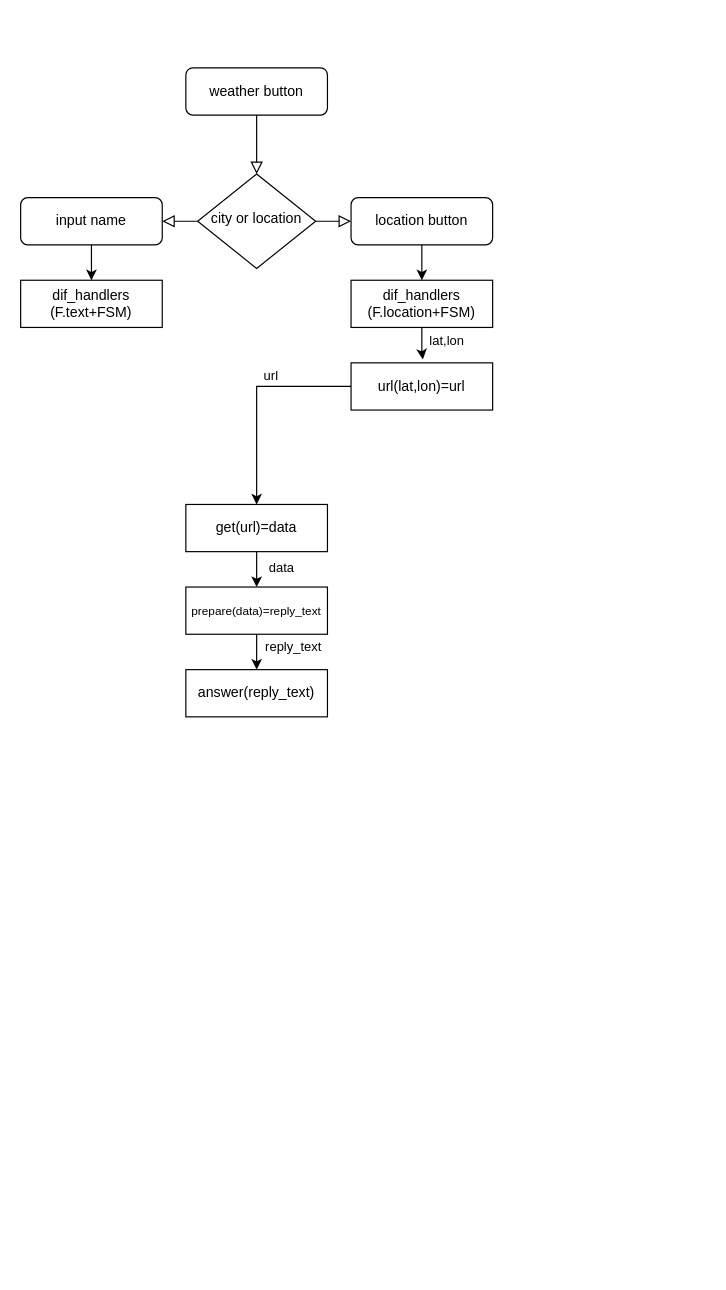
Before: test_taska/bot/utils/Untitled Diagram.drawio in DanyaSh/test_taska, a draw.io diagram. Source tidied: cells renumbered, new cells numbered last; positions are measured from the earlier drawing's top-left corner, leaving out a move shared by most shapes. Both pictures are drawn from the tidied source at 118%, with x=0, y=0 at pixel (20, 67).
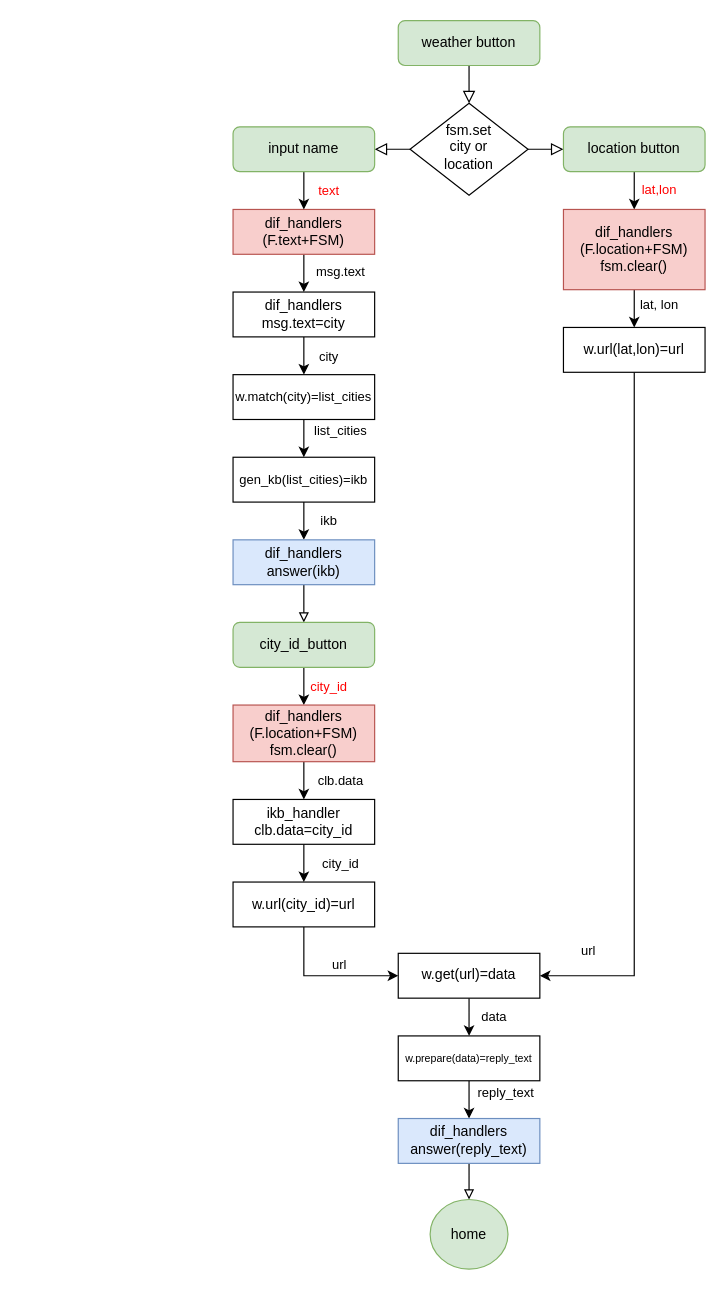
Above is the later version.

The change refers to these unchanged cells:
```xml
<mxCell id="7" style="edgeStyle=orthogonalEdgeStyle;rounded=0;jettySize=auto;html=1;entryX=0.5;entryY=0;entryDx=0;entryDy=0;" parent="1" edge="1" source="8" target="12">
  <mxGeometry relative="1" as="geometry" />
</mxCell>
<mxCell id="10" style="edgeStyle=orthogonalEdgeStyle;rounded=0;jettySize=auto;html=1;" parent="1" edge="1" source="11" target="9">
  <mxGeometry relative="1" as="geometry" />
</mxCell>
```

What changed in the source:
```diff
@@
-    <mxCell id="3" value="weather button" style="rounded=1;whiteSpace=wrap;html=1;fontSize=12;glass=0;strokeWidth=1;shadow=0;" parent="1" vertex="1">
-      <mxGeometry x="140" width="120" height="40" as="geometry" />
+    <mxCell id="3" value="weather button" style="rounded=1;whiteSpace=wrap;html=1;fontSize=12;glass=0;strokeWidth=1;shadow=0;fillColor=#d5e8d4;strokeColor=#82b366;" parent="1" vertex="1">
+      <mxGeometry x="320" y="-40" width="120" height="38" as="geometry" />
     </mxCell>
@@
-    <mxCell id="6" value="city or location" style="rhombus;whiteSpace=wrap;html=1;shadow=0;fontFamily=Helvetica;fontSize=12;align=center;strokeWidth=1;spacing=6;spacingTop=-4;" parent="1" vertex="1">
-      <mxGeometry x="150" y="90" width="100" height="80" as="geometry" />
+    <mxCell id="6" value="fsm.set &lt;br&gt;city or &lt;br&gt;location" style="rhombus;whiteSpace=wrap;html=1;shadow=0;fontFamily=Helvetica;fontSize=12;align=center;strokeWidth=1;spacing=6;spacingTop=-4;" parent="1" vertex="1">
+      <mxGeometry x="330" y="30" width="100" height="78" as="geometry" />
     </mxCell>
@@
+    <mxCell id="17" value="lat,lon" style="edgeLabel;html=1;align=center;verticalAlign=middle;fontColor=#FF0000;" parent="7" vertex="1">
+      <mxGeometry x="0.25" relative="1" as="geometry">
+        <mxPoint x="20" as="offset" />
+      </mxGeometry>
+    </mxCell>
-    <mxCell id="8" value="location button" style="rounded=1;whiteSpace=wrap;html=1;fontSize=12;glass=0;strokeWidth=1;shadow=0;" parent="1" vertex="1">
-      <mxGeometry x="280" y="110" width="120" height="40" as="geometry" />
+    <mxCell id="8" value="location button" style="rounded=1;whiteSpace=wrap;html=1;fontSize=12;glass=0;strokeWidth=1;shadow=0;fillColor=#d5e8d4;strokeColor=#82b366;" parent="1" vertex="1">
+      <mxGeometry x="460" y="50" width="120" height="38" as="geometry" />
     </mxCell>
+    <mxCell id="25" style="edgeStyle=orthogonalEdgeStyle;rounded=0;jettySize=auto;html=1;" parent="1" edge="1" source="9" target="32">
+      <mxGeometry relative="1" as="geometry" />
+    </mxCell>
+    <mxCell id="26" value="msg.text" style="edgeLabel;html=1;align=center;verticalAlign=middle;" parent="25" vertex="1">
+      <mxGeometry x="0.25" relative="1" as="geometry">
+        <mxPoint x="30" as="offset" />
+      </mxGeometry>
+    </mxCell>
-    <mxCell id="9" value="dif_handlers&lt;br&gt;(F.text+FSM)" style="rounded=0;whiteSpace=wrap;html=1;fontSize=12;glass=0;strokeWidth=1;shadow=0;" parent="1" vertex="1">
-      <mxGeometry y="180" width="120" height="40" as="geometry" />
+    <mxCell id="9" value="dif_handlers&lt;br&gt;(F.text+FSM)" style="rounded=0;whiteSpace=wrap;html=1;fontSize=12;glass=0;strokeWidth=1;shadow=0;fillColor=#f8cecc;strokeColor=#b85450;" parent="1" vertex="1">
+      <mxGeometry x="180" y="120" width="120" height="38" as="geometry" />
     </mxCell>
@@
+    <mxCell id="27" value="text" style="edgeLabel;html=1;align=center;verticalAlign=middle;fontColor=#FF0000;" parent="10" vertex="1">
+      <mxGeometry x="0.31" y="1" relative="1" as="geometry">
+        <mxPoint x="19" as="offset" />
+      </mxGeometry>
+    </mxCell>
-    <mxCell id="11" value="input name" style="rounded=1;whiteSpace=wrap;html=1;fontSize=12;glass=0;strokeWidth=1;shadow=0;" parent="1" vertex="1">
-      <mxGeometry y="110" width="120" height="40" as="geometry" />
+    <mxCell id="11" value="input name" style="rounded=1;whiteSpace=wrap;html=1;fontSize=12;glass=0;strokeWidth=1;shadow=0;fillColor=#d5e8d4;strokeColor=#82b366;" parent="1" vertex="1">
+      <mxGeometry x="180" y="50" width="120" height="38" as="geometry" />
     </mxCell>
+    <mxCell id="16" style="edgeStyle=orthogonalEdgeStyle;rounded=0;jettySize=auto;html=1;exitX=0.5;exitY=1;exitDx=0;exitDy=0;entryX=0.5;entryY=0;entryDx=0;entryDy=0;" parent="1" edge="1" source="12" target="15">
+      <mxGeometry relative="1" as="geometry" />
+    </mxCell>
+    <mxCell id="28" value="lat, lon" style="edgeLabel;html=1;align=center;verticalAlign=middle;" parent="16" vertex="1">
+      <mxGeometry relative="1" as="geometry">
+        <mxPoint x="20" y="-4" as="offset" />
+      </mxGeometry>
+    </mxCell>
-    <mxCell id="12" value="dif_handlers&lt;br&gt;(F.location+FSM)" style="rounded=0;whiteSpace=wrap;html=1;fontSize=12;glass=0;strokeWidth=1;shadow=0;" parent="1" vertex="1">
-      <mxGeometry x="280" y="180" width="120" height="40" as="geometry" />
+    <mxCell id="12" value="dif_handlers&lt;br&gt;(F.location+FSM)&lt;br&gt;fsm.clear()" style="rounded=0;whiteSpace=wrap;html=1;fontSize=12;glass=0;strokeWidth=1;shadow=0;fillColor=#f8cecc;strokeColor=#b85450;" parent="1" vertex="1">
+      <mxGeometry x="460" y="120" width="120" height="68" as="geometry" />
     </mxCell>
-    <mxCell id="13" style="edgeStyle=orthogonalEdgeStyle;rounded=0;jettySize=auto;html=1;entryX=0.5;entryY=0;entryDx=0;entryDy=0;" parent="1" edge="1" source="15" target="20">
+    <mxCell id="13" style="edgeStyle=orthogonalEdgeStyle;rounded=0;jettySize=auto;html=1;entryX=1;entryY=0.5;entryDx=0;entryDy=0;exitX=0.5;exitY=1;exitDx=0;exitDy=0;" parent="1" edge="1" source="15" target="20">
       <mxGeometry relative="1" as="geometry" />
     </mxCell>
     <mxCell id="14" value="url" style="edgeLabel;html=1;align=center;verticalAlign=middle;" parent="13" vertex="1">
       <mxGeometry x="-0.23" y="1" relative="1" as="geometry">
-        <mxPoint y="-11" as="offset" />
+        <mxPoint x="-41" y="261" as="offset" />
       </mxGeometry>
     </mxCell>
-    <mxCell id="15" value="url(lat,lon)=url" style="rounded=0;whiteSpace=wrap;html=1;fontSize=12;glass=0;strokeWidth=1;shadow=0;" parent="1" vertex="1">
-      <mxGeometry x="280" y="250" width="120" height="40" as="geometry" />
+    <mxCell id="15" value="w.url(lat,lon)=url" style="rounded=0;whiteSpace=wrap;html=1;fontSize=12;glass=0;strokeWidth=1;shadow=0;" parent="1" vertex="1">
+      <mxGeometry x="460" y="220" width="120" height="38" as="geometry" />
     </mxCell>
-    <mxCell id="16" style="edgeStyle=orthogonalEdgeStyle;rounded=0;jettySize=auto;html=1;entryX=0.507;entryY=-0.07;entryDx=0;entryDy=0;entryPerimeter=0;" parent="1" edge="1" source="12" target="15">
-      <mxGeometry relative="1" as="geometry" />
-    </mxCell>
-    <mxCell id="17" value="lat,lon" style="edgeLabel;html=1;align=center;verticalAlign=middle;" parent="16" vertex="1">
-      <mxGeometry x="-0.29" y="1" relative="1" as="geometry">
-        <mxPoint x="19" as="offset" />
-      </mxGeometry>
-    </mxCell>
@@
-    <mxCell id="20" value="get(url)=data" style="rounded=0;whiteSpace=wrap;html=1;fontSize=12;glass=0;strokeWidth=1;shadow=0;" parent="1" vertex="1">
-      <mxGeometry x="140" y="370" width="120" height="40" as="geometry" />
+    <mxCell id="20" value="w.get(url)=data" style="rounded=0;whiteSpace=wrap;html=1;fontSize=12;glass=0;strokeWidth=1;shadow=0;" parent="1" vertex="1">
+      <mxGeometry x="320" y="750.4" width="120" height="38" as="geometry" />
     </mxCell>
@@
-    <mxCell id="23" value="&lt;font style=&quot;font-size: 10px;&quot;&gt;prepare(data)=reply_text&lt;/font&gt;" style="rounded=0;whiteSpace=wrap;html=1;glass=0;strokeWidth=1;shadow=0;" parent="1" vertex="1">
-      <mxGeometry x="140" y="440" width="120" height="40" as="geometry" />
+    <mxCell id="23" value="&lt;font style=&quot;font-size: 9px;&quot;&gt;w.prepare(data)=reply_text&lt;/font&gt;" style="rounded=0;whiteSpace=wrap;html=1;glass=0;strokeWidth=1;shadow=0;" parent="1" vertex="1">
+      <mxGeometry x="320" y="820.4" width="120" height="38" as="geometry" />
     </mxCell>
+    <mxCell id="29" style="edgeStyle=orthogonalEdgeStyle;rounded=0;jettySize=auto;html=1;endArrow=block;endFill=0;" parent="1" edge="1" source="24" target="53">
+      <mxGeometry relative="1" as="geometry" />
+    </mxCell>
-    <mxCell id="24" value="answer(reply_text)" style="rounded=0;whiteSpace=wrap;html=1;glass=0;strokeWidth=1;shadow=0;" parent="1" vertex="1">
-      <mxGeometry x="140" y="510" width="120" height="40" as="geometry" />
+    <mxCell id="24" value="dif_handlers&lt;br&gt;answer(reply_text)" style="rounded=0;whiteSpace=wrap;html=1;glass=0;strokeWidth=1;shadow=0;fillColor=#dae8fc;strokeColor=#6c8ebf;" parent="1" vertex="1">
+      <mxGeometry x="320" y="890.4" width="120" height="38" as="geometry" />
     </mxCell>
+    <mxCell id="30" style="edgeStyle=orthogonalEdgeStyle;rounded=0;jettySize=auto;html=1;" parent="1" edge="1" source="32" target="35">
+      <mxGeometry relative="1" as="geometry" />
+    </mxCell>
+    <mxCell id="31" value="city" style="edgeLabel;html=1;align=center;verticalAlign=middle;" parent="30" vertex="1">
+      <mxGeometry x="0.33" relative="1" as="geometry">
+        <mxPoint x="20" as="offset" />
+      </mxGeometry>
+    </mxCell>
+    <mxCell id="32" value="dif_handlers&lt;br&gt;msg.text=city" style="rounded=0;whiteSpace=wrap;html=1;glass=0;strokeWidth=1;shadow=0;" parent="1" vertex="1">
+      <mxGeometry x="180" y="190" width="120" height="38" as="geometry" />
+    </mxCell>
+    <mxCell id="33" style="edgeStyle=orthogonalEdgeStyle;rounded=0;jettySize=auto;html=1;entryX=0.5;entryY=0;entryDx=0;entryDy=0;" parent="1" edge="1" source="35" target="40">
+      <mxGeometry relative="1" as="geometry" />
+    </mxCell>
+    <mxCell id="34" value="list_cities" style="edgeLabel;html=1;align=center;verticalAlign=middle;" parent="33" vertex="1">
+      <mxGeometry x="-0.22" y="2" relative="1" as="geometry">
+        <mxPoint x="28" y="-10" as="offset" />
+      </mxGeometry>
+    </mxCell>
+    <mxCell id="35" value="&lt;font style=&quot;font-size: 11px;&quot;&gt;w.match(city)=list_cities&lt;/font&gt;" style="rounded=0;whiteSpace=wrap;html=1;glass=0;strokeWidth=1;shadow=0;" parent="1" vertex="1">
+      <mxGeometry x="180" y="260" width="120" height="38" as="geometry" />
+    </mxCell>
+    <mxCell id="36" style="edgeStyle=orthogonalEdgeStyle;rounded=0;jettySize=auto;html=1;entryX=0;entryY=0.5;entryDx=0;entryDy=0;exitX=0.5;exitY=1;exitDx=0;exitDy=0;" parent="1" edge="1" source="52" target="20">
+      <mxGeometry relative="1" as="geometry" />
+    </mxCell>
+    <mxCell id="37" value="url" style="edgeLabel;html=1;align=center;verticalAlign=middle;" parent="36" vertex="1">
+      <mxGeometry x="0.25" y="-1" relative="1" as="geometry">
+        <mxPoint x="-5" y="-11" as="offset" />
+      </mxGeometry>
+    </mxCell>
+    <mxCell id="38" style="edgeStyle=orthogonalEdgeStyle;rounded=0;jettySize=auto;html=1;" parent="1" edge="1" source="40" target="42">
+      <mxGeometry relative="1" as="geometry" />
+    </mxCell>
+    <mxCell id="39" value="ikb" style="edgeLabel;html=1;align=center;verticalAlign=middle;" parent="38" vertex="1">
+      <mxGeometry x="0.28" y="1" relative="1" as="geometry">
+        <mxPoint x="19" as="offset" />
+      </mxGeometry>
+    </mxCell>
+    <mxCell id="40" value="&lt;span style=&quot;font-size: 11px;&quot;&gt;gen_kb(list_cities)=ikb&lt;/span&gt;" style="rounded=0;whiteSpace=wrap;html=1;glass=0;strokeWidth=1;shadow=0;" parent="1" vertex="1">
+      <mxGeometry x="180" y="330" width="120" height="38" as="geometry" />
+    </mxCell>
+    <mxCell id="41" style="edgeStyle=orthogonalEdgeStyle;rounded=0;jettySize=auto;html=1;exitX=0.5;exitY=1;exitDx=0;exitDy=0;entryX=0.5;entryY=0;entryDx=0;entryDy=0;endArrow=block;endFill=0;" parent="1" edge="1" source="42" target="45">
+      <mxGeometry relative="1" as="geometry" />
+    </mxCell>
+    <mxCell id="42" value="dif_handlers&lt;br&gt;answer(ikb)" style="rounded=0;whiteSpace=wrap;html=1;glass=0;strokeWidth=1;shadow=0;fillColor=#dae8fc;strokeColor=#6c8ebf;" parent="1" vertex="1">
+      <mxGeometry x="180" y="400" width="120" height="38" as="geometry" />
+    </mxCell>
+    <mxCell id="43" style="edgeStyle=orthogonalEdgeStyle;rounded=0;jettySize=auto;html=1;" parent="1" edge="1" source="45" target="48">
+      <mxGeometry relative="1" as="geometry" />
+    </mxCell>
+    <mxCell id="44" value="city_id" style="edgeLabel;html=1;align=center;verticalAlign=middle;fontColor=#FF0000;" parent="43" vertex="1">
+      <mxGeometry x="0.34" relative="1" as="geometry">
+        <mxPoint x="20" as="offset" />
+      </mxGeometry>
+    </mxCell>
+    <mxCell id="45" value="city_id_button" style="rounded=1;whiteSpace=wrap;html=1;fontSize=12;glass=0;strokeWidth=1;shadow=0;fillColor=#d5e8d4;strokeColor=#82b366;" parent="1" vertex="1">
+      <mxGeometry x="180" y="470" width="120" height="38" as="geometry" />
+    </mxCell>
+    <mxCell id="46" style="edgeStyle=orthogonalEdgeStyle;rounded=0;jettySize=auto;html=1;" parent="1" edge="1" source="48" target="51">
+      <mxGeometry relative="1" as="geometry" />
+    </mxCell>
+    <mxCell id="47" value="clb.data" style="edgeLabel;html=1;align=center;verticalAlign=middle;" parent="46" vertex="1">
+      <mxGeometry x="0.31" y="-1" relative="1" as="geometry">
+        <mxPoint x="31" as="offset" />
+      </mxGeometry>
+    </mxCell>
+    <mxCell id="48" value="dif_handlers&lt;br style=&quot;border-color: var(--border-color);&quot;&gt;(F.location+FSM)&lt;br style=&quot;border-color: var(--border-color);&quot;&gt;fsm.clear()" style="rounded=0;whiteSpace=wrap;html=1;glass=0;strokeWidth=1;shadow=0;fillColor=#f8cecc;strokeColor=#b85450;" parent="1" vertex="1">
+      <mxGeometry x="180" y="540" width="120" height="48" as="geometry" />
+    </mxCell>
+    <mxCell id="49" style="edgeStyle=orthogonalEdgeStyle;rounded=0;jettySize=auto;html=1;exitX=0.5;exitY=1;exitDx=0;exitDy=0;entryX=0.5;entryY=0;entryDx=0;entryDy=0;" parent="1" edge="1" source="51" target="52">
+      <mxGeometry relative="1" as="geometry" />
+    </mxCell>
+    <mxCell id="50" value="city_id" style="edgeLabel;html=1;align=center;verticalAlign=middle;" parent="49" vertex="1">
+      <mxGeometry x="-0.01" y="-1" relative="1" as="geometry">
+        <mxPoint x="31" as="offset" />
+      </mxGeometry>
+    </mxCell>
+    <mxCell id="51" value="ikb_handler&lt;br style=&quot;border-color: var(--border-color);&quot;&gt;clb.data=city_id" style="rounded=0;whiteSpace=wrap;html=1;glass=0;strokeWidth=1;shadow=0;" parent="1" vertex="1">
+      <mxGeometry x="180" y="620" width="120" height="38" as="geometry" />
+    </mxCell>
+    <mxCell id="52" value="w.url(city_id)=url" style="rounded=0;whiteSpace=wrap;html=1;fontSize=12;glass=0;strokeWidth=1;shadow=0;" parent="1" vertex="1">
+      <mxGeometry x="180" y="690" width="120" height="38" as="geometry" />
+    </mxCell>
+    <mxCell id="53" value="home" style="ellipse;whiteSpace=wrap;html=1;fillColor=#d5e8d4;strokeColor=#82b366;rounded=0;glass=0;strokeWidth=1;shadow=0;" parent="1" vertex="1">
+      <mxGeometry x="347" y="959" width="66" height="59" as="geometry" />
+    </mxCell>
```
